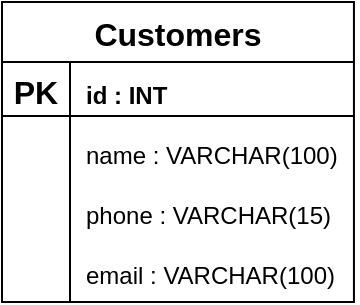
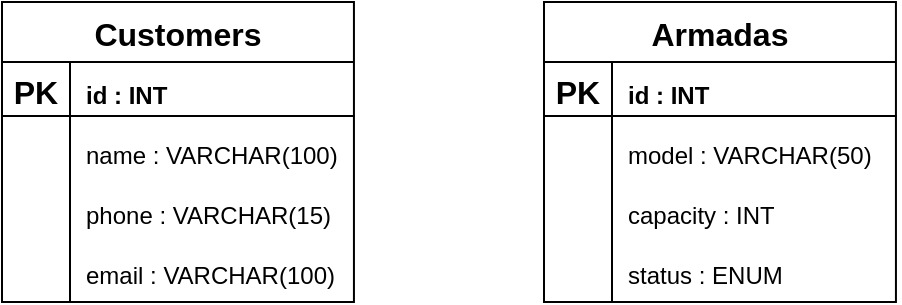
<mxfile host="Electron">
  <diagram name="Page-1" id="kJ8Mc6y_ZzB0DB1dgNBE">
-     <mxGraphModel dx="1747" dy="1031" grid="0" gridSize="10" guides="1" tooltips="1" connect="1" arrows="1" fold="1" page="1" pageScale="1" pageWidth="1169" pageHeight="827" background="#ffffff" math="0" shadow="0">
+     <mxGraphModel dx="1223" dy="722" grid="0" gridSize="10" guides="1" tooltips="1" connect="1" arrows="1" fold="1" page="1" pageScale="1" pageWidth="1169" pageHeight="827" background="#ffffff" math="0" shadow="0">
      <root>
        <mxCell id="0" />
        <mxCell id="1" parent="0" />
        <mxCell id="spA_d-TOyame6YQLWrdW-179" parent="1" style="shape=table;startSize=30;container=1;collapsible=0;childLayout=tableLayout;fixedRows=1;rowLines=0;fontStyle=1;strokeColor=#000000;fontSize=16;fontColor=#000000;fillColor=#FFFFFF;" value="Customers" vertex="1">
          <mxGeometry height="150" width="175.9722609747027" x="104" y="78" as="geometry" />
        </mxCell>
        <mxCell id="spA_d-TOyame6YQLWrdW-180" parent="spA_d-TOyame6YQLWrdW-179" style="shape=tableRow;horizontal=0;startSize=0;swimlaneHead=0;swimlaneBody=0;top=0;left=0;bottom=0;right=0;collapsible=0;dropTarget=0;fillColor=none;points=[[0,0.5],[1,0.5]];portConstraint=eastwest;strokeColor=inherit;fontSize=16;" value="" vertex="1">
          <mxGeometry height="30" width="175.9722609747027" y="30" as="geometry" />
        </mxCell>
        <mxCell id="spA_d-TOyame6YQLWrdW-181" parent="spA_d-TOyame6YQLWrdW-180" style="shape=partialRectangle;html=1;whiteSpace=wrap;connectable=0;fillColor=none;top=0;left=0;bottom=0;right=0;overflow=hidden;pointerEvents=1;strokeColor=#000000;fontSize=16;fontColor=#000000;" value="&lt;b&gt;PK&lt;/b&gt;" vertex="1">
          <mxGeometry height="30" width="34" as="geometry">
            <mxRectangle height="30" width="34" as="alternateBounds" />
          </mxGeometry>
        </mxCell>
        <mxCell id="spA_d-TOyame6YQLWrdW-182" parent="spA_d-TOyame6YQLWrdW-180" style="shape=partialRectangle;html=1;whiteSpace=wrap;connectable=0;fillColor=none;top=0;left=0;bottom=0;right=0;align=left;spacingLeft=6;overflow=hidden;strokeColor=#000000;fontSize=16;fontColor=#000000;" value="&lt;font style=&quot;font-size: 12px;&quot;&gt;&lt;b&gt;id : INT&lt;/b&gt;&lt;/font&gt;" vertex="1">
          <mxGeometry height="30" width="142" x="34" as="geometry">
            <mxRectangle height="30" width="142" as="alternateBounds" />
          </mxGeometry>
        </mxCell>
        <mxCell id="spA_d-TOyame6YQLWrdW-183" parent="spA_d-TOyame6YQLWrdW-179" style="shape=tableRow;horizontal=0;startSize=0;swimlaneHead=0;swimlaneBody=0;top=0;left=0;bottom=0;right=0;collapsible=0;dropTarget=0;fillColor=none;points=[[0,0.5],[1,0.5]];portConstraint=eastwest;strokeColor=inherit;fontSize=16;" value="" vertex="1">
          <mxGeometry height="30" width="175.9722609747027" y="60" as="geometry" />
        </mxCell>
        <mxCell id="spA_d-TOyame6YQLWrdW-184" parent="spA_d-TOyame6YQLWrdW-183" style="shape=partialRectangle;html=1;whiteSpace=wrap;connectable=0;fillColor=none;top=0;left=0;bottom=0;right=0;overflow=hidden;strokeColor=inherit;fontSize=16;fontColor=#000000;" value="" vertex="1">
          <mxGeometry height="30" width="34" as="geometry">
            <mxRectangle height="30" width="34" as="alternateBounds" />
          </mxGeometry>
        </mxCell>
        <mxCell id="spA_d-TOyame6YQLWrdW-185" parent="spA_d-TOyame6YQLWrdW-183" style="shape=partialRectangle;html=1;whiteSpace=wrap;connectable=0;fillColor=none;top=0;left=0;bottom=0;right=0;align=left;spacingLeft=6;overflow=hidden;strokeColor=inherit;fontSize=16;fontColor=#000000;" value="&lt;span style=&quot;color: rgb(0, 0, 0); font-size: 12px;&quot;&gt;name :&amp;nbsp;&lt;/span&gt;&lt;span style=&quot;color: rgb(0, 0, 0); font-size: 12px; text-align: center;&quot;&gt;VARCHAR(100)&lt;/span&gt;" vertex="1">
          <mxGeometry height="30" width="142" x="34" as="geometry">
            <mxRectangle height="30" width="142" as="alternateBounds" />
          </mxGeometry>
        </mxCell>
        <mxCell id="spA_d-TOyame6YQLWrdW-186" parent="spA_d-TOyame6YQLWrdW-179" style="shape=tableRow;horizontal=0;startSize=0;swimlaneHead=0;swimlaneBody=0;top=0;left=0;bottom=0;right=0;collapsible=0;dropTarget=0;fillColor=none;points=[[0,0.5],[1,0.5]];portConstraint=eastwest;strokeColor=inherit;fontSize=16;" value="" vertex="1">
          <mxGeometry height="30" width="175.9722609747027" y="90" as="geometry" />
        </mxCell>
        <mxCell id="spA_d-TOyame6YQLWrdW-187" parent="spA_d-TOyame6YQLWrdW-186" style="shape=partialRectangle;html=1;whiteSpace=wrap;connectable=0;fillColor=none;top=0;left=0;bottom=0;right=0;overflow=hidden;strokeColor=inherit;fontSize=16;fontColor=#000000;" value="" vertex="1">
          <mxGeometry height="30" width="34" as="geometry">
            <mxRectangle height="30" width="34" as="alternateBounds" />
          </mxGeometry>
        </mxCell>
        <mxCell id="spA_d-TOyame6YQLWrdW-188" parent="spA_d-TOyame6YQLWrdW-186" style="shape=partialRectangle;html=1;whiteSpace=wrap;connectable=0;fillColor=none;top=0;left=0;bottom=0;right=0;align=left;spacingLeft=6;overflow=hidden;strokeColor=inherit;fontSize=16;fontColor=#000000;" value="&lt;span style=&quot;color: rgb(0, 0, 0); font-size: 12px;&quot;&gt;phone :&amp;nbsp;&lt;/span&gt;&lt;span style=&quot;color: rgb(0, 0, 0); font-size: 12px; text-align: center;&quot;&gt;VARCHAR(15)&lt;/span&gt;" vertex="1">
          <mxGeometry height="30" width="142" x="34" as="geometry">
            <mxRectangle height="30" width="142" as="alternateBounds" />
          </mxGeometry>
        </mxCell>
        <mxCell id="Xo8xpW6T9qOqPY2RvKqo-4" parent="spA_d-TOyame6YQLWrdW-179" style="shape=tableRow;horizontal=0;startSize=0;swimlaneHead=0;swimlaneBody=0;top=0;left=0;bottom=0;right=0;collapsible=0;dropTarget=0;fillColor=none;points=[[0,0.5],[1,0.5]];portConstraint=eastwest;strokeColor=inherit;fontSize=16;" value="" vertex="1">
          <mxGeometry height="30" width="175.9722609747027" y="120" as="geometry" />
        </mxCell>
        <mxCell id="Xo8xpW6T9qOqPY2RvKqo-5" parent="Xo8xpW6T9qOqPY2RvKqo-4" style="shape=partialRectangle;html=1;whiteSpace=wrap;connectable=0;fillColor=none;top=0;left=0;bottom=0;right=0;overflow=hidden;strokeColor=inherit;fontSize=16;fontColor=#000000;" value="" vertex="1">
          <mxGeometry height="30" width="34" as="geometry">
            <mxRectangle height="30" width="34" as="alternateBounds" />
          </mxGeometry>
        </mxCell>
        <mxCell id="Xo8xpW6T9qOqPY2RvKqo-6" parent="Xo8xpW6T9qOqPY2RvKqo-4" style="shape=partialRectangle;html=1;whiteSpace=wrap;connectable=0;fillColor=none;top=0;left=0;bottom=0;right=0;align=left;spacingLeft=6;overflow=hidden;strokeColor=inherit;fontSize=16;fontColor=#000000;" value="&lt;span style=&quot;color: rgb(0, 0, 0); font-size: 12px;&quot;&gt;email :&amp;nbsp;&lt;/span&gt;&lt;span style=&quot;color: rgb(0, 0, 0); font-size: 12px; text-align: center;&quot;&gt;VARCHAR(100)&lt;/span&gt;" vertex="1">
          <mxGeometry height="30" width="142" x="34" as="geometry">
            <mxRectangle height="30" width="142" as="alternateBounds" />
          </mxGeometry>
        </mxCell>
        <mxCell id="Xo8xpW6T9qOqPY2RvKqo-3" edge="1" parent="spA_d-TOyame6YQLWrdW-179" source="spA_d-TOyame6YQLWrdW-180" style="endArrow=none;html=1;rounded=0;strokeColor=#000000;entryX=1.002;entryY=0.898;entryDx=0;entryDy=0;entryPerimeter=0;exitX=0;exitY=0.9;exitDx=0;exitDy=0;exitPerimeter=0;" target="spA_d-TOyame6YQLWrdW-180" value="">
          <mxGeometry height="50" relative="1" width="50" as="geometry">
            <mxPoint x="72" y="102" as="sourcePoint" />
            <mxPoint x="122" y="52" as="targetPoint" />
          </mxGeometry>
        </mxCell>
+         <mxCell id="Xo8xpW6T9qOqPY2RvKqo-7" parent="1" style="shape=table;startSize=30;container=1;collapsible=0;childLayout=tableLayout;fixedRows=1;rowLines=0;fontStyle=1;strokeColor=#000000;fontSize=16;fontColor=#000000;fillColor=#FFFFFF;" value="Armadas" vertex="1">
+           <mxGeometry height="150" width="175.9722609747027" x="375" y="78" as="geometry" />
+         </mxCell>
+         <mxCell id="Xo8xpW6T9qOqPY2RvKqo-8" parent="Xo8xpW6T9qOqPY2RvKqo-7" style="shape=tableRow;horizontal=0;startSize=0;swimlaneHead=0;swimlaneBody=0;top=0;left=0;bottom=0;right=0;collapsible=0;dropTarget=0;fillColor=none;points=[[0,0.5],[1,0.5]];portConstraint=eastwest;strokeColor=inherit;fontSize=16;" value="" vertex="1">
+           <mxGeometry height="30" width="175.9722609747027" y="30" as="geometry" />
+         </mxCell>
+         <mxCell id="Xo8xpW6T9qOqPY2RvKqo-9" parent="Xo8xpW6T9qOqPY2RvKqo-8" style="shape=partialRectangle;html=1;whiteSpace=wrap;connectable=0;fillColor=none;top=0;left=0;bottom=0;right=0;overflow=hidden;pointerEvents=1;strokeColor=#000000;fontSize=16;fontColor=#000000;" value="&lt;b&gt;PK&lt;/b&gt;" vertex="1">
+           <mxGeometry height="30" width="34" as="geometry">
+             <mxRectangle height="30" width="34" as="alternateBounds" />
+           </mxGeometry>
+         </mxCell>
+         <mxCell id="Xo8xpW6T9qOqPY2RvKqo-10" parent="Xo8xpW6T9qOqPY2RvKqo-8" style="shape=partialRectangle;html=1;whiteSpace=wrap;connectable=0;fillColor=none;top=0;left=0;bottom=0;right=0;align=left;spacingLeft=6;overflow=hidden;strokeColor=#000000;fontSize=16;fontColor=#000000;" value="&lt;font style=&quot;font-size: 12px;&quot;&gt;&lt;b&gt;id : INT&lt;/b&gt;&lt;/font&gt;" vertex="1">
+           <mxGeometry height="30" width="142" x="34" as="geometry">
+             <mxRectangle height="30" width="142" as="alternateBounds" />
+           </mxGeometry>
+         </mxCell>
+         <mxCell id="Xo8xpW6T9qOqPY2RvKqo-11" parent="Xo8xpW6T9qOqPY2RvKqo-7" style="shape=tableRow;horizontal=0;startSize=0;swimlaneHead=0;swimlaneBody=0;top=0;left=0;bottom=0;right=0;collapsible=0;dropTarget=0;fillColor=none;points=[[0,0.5],[1,0.5]];portConstraint=eastwest;strokeColor=inherit;fontSize=16;" value="" vertex="1">
+           <mxGeometry height="30" width="175.9722609747027" y="60" as="geometry" />
+         </mxCell>
+         <mxCell id="Xo8xpW6T9qOqPY2RvKqo-12" parent="Xo8xpW6T9qOqPY2RvKqo-11" style="shape=partialRectangle;html=1;whiteSpace=wrap;connectable=0;fillColor=none;top=0;left=0;bottom=0;right=0;overflow=hidden;strokeColor=inherit;fontSize=16;fontColor=#000000;" value="" vertex="1">
+           <mxGeometry height="30" width="34" as="geometry">
+             <mxRectangle height="30" width="34" as="alternateBounds" />
+           </mxGeometry>
+         </mxCell>
+         <mxCell id="Xo8xpW6T9qOqPY2RvKqo-13" parent="Xo8xpW6T9qOqPY2RvKqo-11" style="shape=partialRectangle;html=1;whiteSpace=wrap;connectable=0;fillColor=none;top=0;left=0;bottom=0;right=0;align=left;spacingLeft=6;overflow=hidden;strokeColor=inherit;fontSize=16;fontColor=#000000;" value="&lt;font color=&quot;#000000&quot;&gt;&lt;span style=&quot;font-size: 12px;&quot;&gt;model : VARCHAR(50)&lt;/span&gt;&lt;/font&gt;" vertex="1">
+           <mxGeometry height="30" width="142" x="34" as="geometry">
+             <mxRectangle height="30" width="142" as="alternateBounds" />
+           </mxGeometry>
+         </mxCell>
+         <mxCell id="Xo8xpW6T9qOqPY2RvKqo-14" parent="Xo8xpW6T9qOqPY2RvKqo-7" style="shape=tableRow;horizontal=0;startSize=0;swimlaneHead=0;swimlaneBody=0;top=0;left=0;bottom=0;right=0;collapsible=0;dropTarget=0;fillColor=none;points=[[0,0.5],[1,0.5]];portConstraint=eastwest;strokeColor=inherit;fontSize=16;" value="" vertex="1">
+           <mxGeometry height="30" width="175.9722609747027" y="90" as="geometry" />
+         </mxCell>
+         <mxCell id="Xo8xpW6T9qOqPY2RvKqo-15" parent="Xo8xpW6T9qOqPY2RvKqo-14" style="shape=partialRectangle;html=1;whiteSpace=wrap;connectable=0;fillColor=none;top=0;left=0;bottom=0;right=0;overflow=hidden;strokeColor=inherit;fontSize=16;fontColor=#000000;" value="" vertex="1">
+           <mxGeometry height="30" width="34" as="geometry">
+             <mxRectangle height="30" width="34" as="alternateBounds" />
+           </mxGeometry>
+         </mxCell>
+         <mxCell id="Xo8xpW6T9qOqPY2RvKqo-16" parent="Xo8xpW6T9qOqPY2RvKqo-14" style="shape=partialRectangle;html=1;whiteSpace=wrap;connectable=0;fillColor=none;top=0;left=0;bottom=0;right=0;align=left;spacingLeft=6;overflow=hidden;strokeColor=inherit;fontSize=16;fontColor=#000000;" value="&lt;div style=&quot;text-align: center;&quot;&gt;&lt;span style=&quot;color: rgb(0, 0, 0); font-size: 12px; background-color: transparent;&quot;&gt;capacity : INT&lt;/span&gt;&lt;/div&gt;" vertex="1">
+           <mxGeometry height="30" width="142" x="34" as="geometry">
+             <mxRectangle height="30" width="142" as="alternateBounds" />
+           </mxGeometry>
+         </mxCell>
+         <mxCell id="Xo8xpW6T9qOqPY2RvKqo-17" parent="Xo8xpW6T9qOqPY2RvKqo-7" style="shape=tableRow;horizontal=0;startSize=0;swimlaneHead=0;swimlaneBody=0;top=0;left=0;bottom=0;right=0;collapsible=0;dropTarget=0;fillColor=none;points=[[0,0.5],[1,0.5]];portConstraint=eastwest;strokeColor=inherit;fontSize=16;" value="" vertex="1">
+           <mxGeometry height="30" width="175.9722609747027" y="120" as="geometry" />
+         </mxCell>
+         <mxCell id="Xo8xpW6T9qOqPY2RvKqo-18" parent="Xo8xpW6T9qOqPY2RvKqo-17" style="shape=partialRectangle;html=1;whiteSpace=wrap;connectable=0;fillColor=none;top=0;left=0;bottom=0;right=0;overflow=hidden;strokeColor=inherit;fontSize=16;fontColor=#000000;" value="" vertex="1">
+           <mxGeometry height="30" width="34" as="geometry">
+             <mxRectangle height="30" width="34" as="alternateBounds" />
+           </mxGeometry>
+         </mxCell>
+         <mxCell id="Xo8xpW6T9qOqPY2RvKqo-19" parent="Xo8xpW6T9qOqPY2RvKqo-17" style="shape=partialRectangle;html=1;whiteSpace=wrap;connectable=0;fillColor=none;top=0;left=0;bottom=0;right=0;align=left;spacingLeft=6;overflow=hidden;strokeColor=inherit;fontSize=16;fontColor=#000000;" value="&lt;span style=&quot;color: rgb(0, 0, 0); font-size: 12px;&quot;&gt;status :&amp;nbsp;&lt;/span&gt;&lt;span style=&quot;color: rgb(0, 0, 0); font-size: 12px; text-align: center;&quot;&gt;ENUM&lt;/span&gt;" vertex="1">
+           <mxGeometry height="30" width="142" x="34" as="geometry">
+             <mxRectangle height="30" width="142" as="alternateBounds" />
+           </mxGeometry>
+         </mxCell>
+         <mxCell id="Xo8xpW6T9qOqPY2RvKqo-20" edge="1" parent="Xo8xpW6T9qOqPY2RvKqo-7" source="Xo8xpW6T9qOqPY2RvKqo-8" style="endArrow=none;html=1;rounded=0;strokeColor=#000000;entryX=1.002;entryY=0.898;entryDx=0;entryDy=0;entryPerimeter=0;exitX=0;exitY=0.9;exitDx=0;exitDy=0;exitPerimeter=0;" target="Xo8xpW6T9qOqPY2RvKqo-8" value="">
+           <mxGeometry height="50" relative="1" width="50" as="geometry">
+             <mxPoint x="72" y="102" as="sourcePoint" />
+             <mxPoint x="122" y="52" as="targetPoint" />
+           </mxGeometry>
+         </mxCell>
      </root>
    </mxGraphModel>
  </diagram>
</mxfile>
